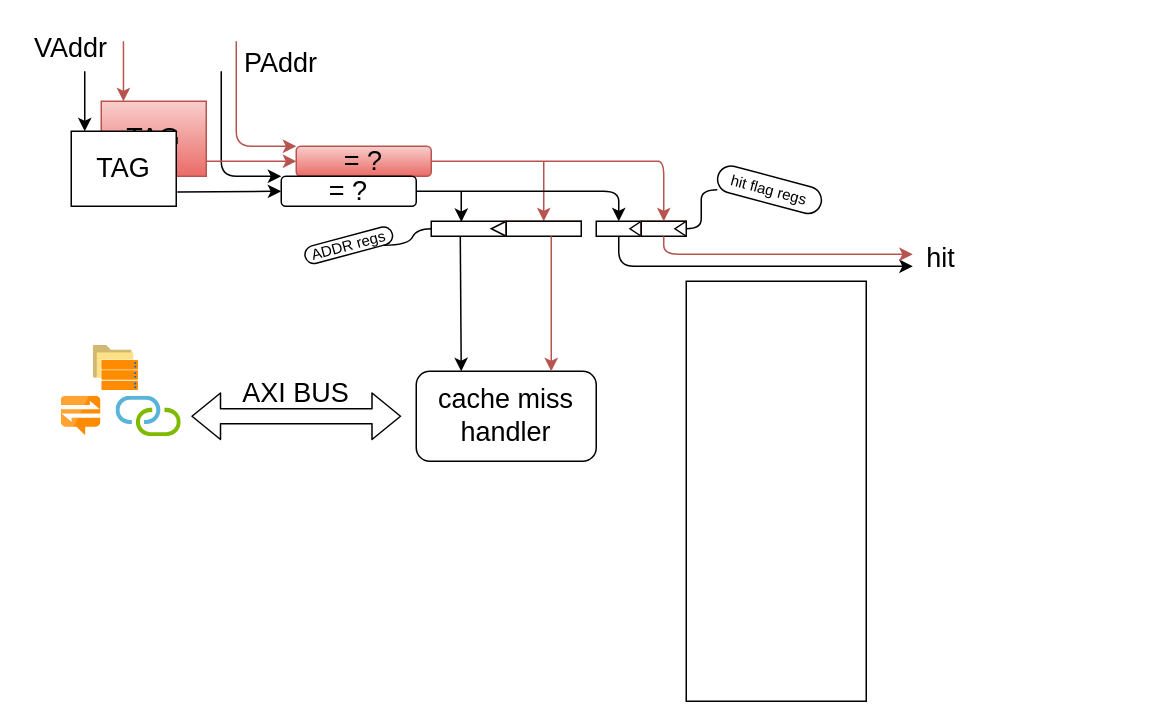
Above: pic/dcache.drawio in 0xtaruhi/AzureMIPS-doc (draw.io), before the change. Source tidied: cells renumbered, new cells numbered last; positions are measured from the earlier drawing's top-left corner, leaving out a move shared by most shapes. Both pictures are drawn from the tidied source at 150%, with x=0, y=0 at pixel (26, 26).
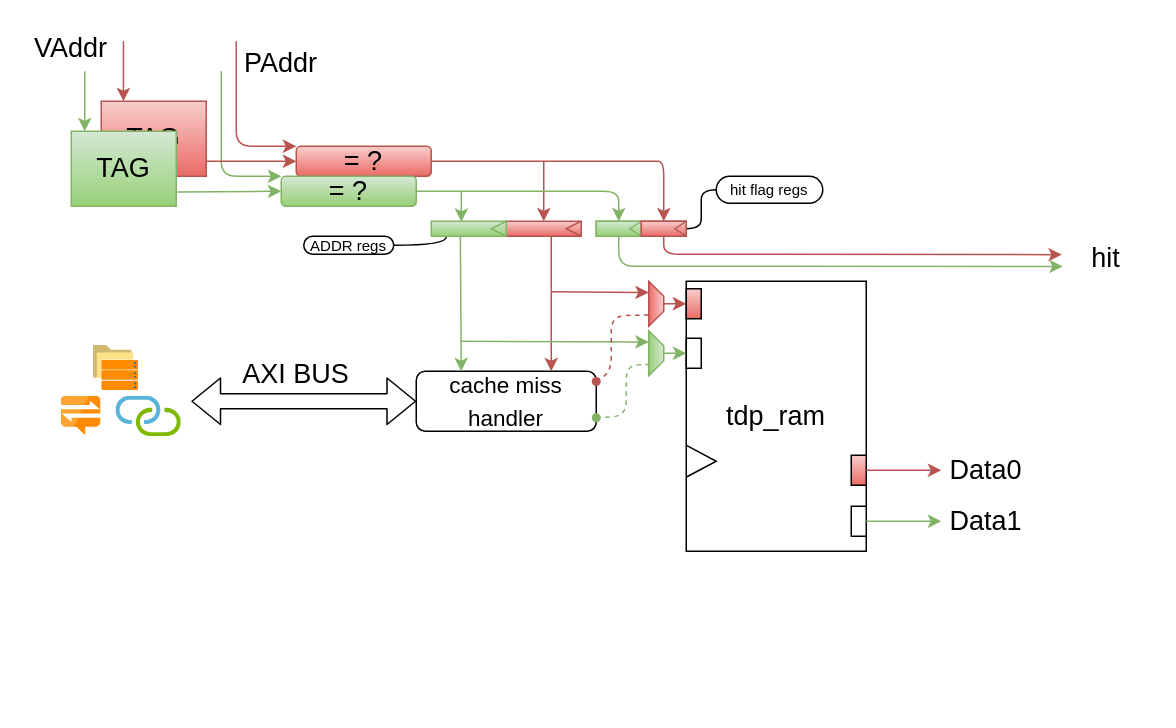
Above is the later version.

Unchanged cells that the change refers to:
```xml
<mxCell id="26" style="group;fillColor=#f8cecc;gradientColor=#ea6b66;strokeColor=#b85450;" parent="1" vertex="1">
  <mxGeometry x="410" y="130" width="30" height="10" as="geometry" />
</mxCell>
```

What changed in the source:
```diff
@@
+    <mxCell id="47" style="group;" parent="1" vertex="1">
+      <mxGeometry x="440" y="170" width="120" height="180" as="geometry" />
+    </mxCell>
+    <mxCell id="44" value="tdp_ram" style="rounded=0;whiteSpace=wrap;html=1;fontSize=18;strokeColor=default;" parent="47" vertex="1">
+      <mxGeometry width="120" height="180" as="geometry" />
+    </mxCell>
+    <mxCell id="48" style="endArrow=none;html=1;rounded=0;fontSize=18;entryX=-0.001;entryY=0.607;entryDx=0;entryDy=0;entryPerimeter=0;exitX=-0.001;exitY=0.726;exitDx=0;exitDy=0;exitPerimeter=0;" parent="47" edge="1" source="44" target="44">
+      <mxGeometry relative="1" as="geometry">
+        <Array as="points">
+          <mxPoint x="20" y="120" />
+        </Array>
+      </mxGeometry>
+    </mxCell>
+    <mxCell id="49" style="rounded=0;whiteSpace=wrap;html=1;fontSize=18;fillColor=#f8cecc;gradientColor=#ea6b66;strokeColor=default;" parent="47" vertex="1">
+      <mxGeometry x="110" y="116" width="10" height="20" as="geometry" />
+    </mxCell>
+    <mxCell id="50" style="rounded=0;whiteSpace=wrap;html=1;fontSize=18;" parent="47" vertex="1">
+      <mxGeometry x="110" y="150" width="10" height="20" as="geometry" />
+    </mxCell>
+    <mxCell id="36" style="endArrow=classic;html=1;fontSize=18;fillColor=#f8cecc;gradientColor=#ea6b66;strokeColor=#b85450;entryX=0.007;entryY=0.409;entryDx=0;entryDy=0;exitX=0.5;exitY=1;exitDx=0;exitDy=0;entryPerimeter=0;" parent="1" edge="1" source="27" target="37">
+      <mxGeometry relative="1" as="geometry">
+        <Array as="points">
+          <mxPoint x="425" y="152" />
+        </Array>
+      </mxGeometry>
+    </mxCell>
+    <mxCell id="51" style="endArrow=classic;html=1;rounded=1;fontSize=18;fillColor=#f8cecc;gradientColor=#ea6b66;strokeColor=#b85450;exitX=1;exitY=0.5;exitDx=0;exitDy=0;entryX=0;entryY=0.5;entryDx=0;entryDy=0;" parent="1" edge="1" source="49" target="66">
+      <mxGeometry relative="1" as="geometry" />
+    </mxCell>
-    <mxCell id="2" style="endArrow=classic;html=1;rounded=1;fontSize=18;entryX=0.5;entryY=0;entryDx=0;entryDy=0;fillColor=#f8cecc;gradientColor=#ea6b66;strokeColor=#b85450;" parent="1" edge="1" target="22">
+    <mxCell id="2" style="endArrow=classic;html=1;rounded=1;fontSize=18;entryX=0.5;entryY=0;entryDx=0;entryDy=0;fillColor=#f8cecc;gradientColor=#ea6b66;strokeColor=#b85450;" parent="1" edge="1">
       <mxGeometry relative="1" as="geometry">
         <mxPoint x="345" y="90" as="sourcePoint" />
+        <mxPoint x="345" y="130" as="targetPoint" />
       </mxGeometry>
     </mxCell>
@@
-    <mxCell id="4" value="&lt;span style=&quot;font-size: 18px&quot;&gt;TAG&lt;/span&gt;" style="rounded=0;whiteSpace=wrap;html=1;" parent="1" vertex="1">
+    <mxCell id="4" value="&lt;span style=&quot;font-size: 18px&quot;&gt;TAG&lt;/span&gt;" style="rounded=0;whiteSpace=wrap;html=1;fillColor=#d5e8d4;gradientColor=#97d077;strokeColor=#82b366;" parent="1" vertex="1">
       <mxGeometry x="30" y="70" width="70" height="50" as="geometry" />
     </mxCell>
-    <mxCell id="5" style="endArrow=classic;html=1;fontSize=18;" parent="1" edge="1">
+    <mxCell id="5" style="endArrow=classic;html=1;fontSize=18;fillColor=#d5e8d4;gradientColor=#97d077;strokeColor=#82b366;" parent="1" edge="1">
       <mxGeometry relative="1" as="geometry">
         <mxPoint x="39" y="30" as="sourcePoint" />
         <mxPoint x="39" y="70" as="targetPoint" />
       </mxGeometry>
     </mxCell>
@@
-    <mxCell id="8" style="endArrow=classic;html=1;fontSize=18;exitX=1.01;exitY=0.811;exitDx=0;exitDy=0;exitPerimeter=0;entryX=0;entryY=0.5;entryDx=0;entryDy=0;" parent="1" edge="1" source="4" target="15">
+    <mxCell id="8" style="endArrow=classic;html=1;fontSize=18;exitX=1.01;exitY=0.811;exitDx=0;exitDy=0;exitPerimeter=0;entryX=0;entryY=0.5;entryDx=0;entryDy=0;fillColor=#d5e8d4;gradientColor=#97d077;strokeColor=#82b366;" parent="1" edge="1" source="4" target="15">
       <mxGeometry relative="1" as="geometry" />
     </mxCell>
@@
-    <mxCell id="10" style="endArrow=classic;html=1;fontSize=18;entryX=0;entryY=0;entryDx=0;entryDy=0;" parent="1" edge="1" target="15">
+    <mxCell id="10" style="endArrow=classic;html=1;fontSize=18;entryX=0;entryY=0;entryDx=0;entryDy=0;fillColor=#d5e8d4;gradientColor=#97d077;strokeColor=#82b366;" parent="1" edge="1" target="15">
       <mxGeometry relative="1" as="geometry">
         <mxPoint x="130" y="30" as="sourcePoint" />
         <Array as="points">
           <mxPoint x="130" y="100" />
         </Array>
       </mxGeometry>
     </mxCell>
@@
-    <mxCell id="15" value="= ?" style="rounded=1;whiteSpace=wrap;html=1;fontSize=18;" parent="1" vertex="1">
+    <mxCell id="15" value="= ?" style="rounded=1;whiteSpace=wrap;html=1;fontSize=18;fillColor=#d5e8d4;gradientColor=#97d077;strokeColor=#82b366;" parent="1" vertex="1">
       <mxGeometry x="170" y="100" width="90" height="20" as="geometry" />
     </mxCell>
-    <mxCell id="16" style="endArrow=classic;html=1;fontSize=18;exitX=1;exitY=0.5;exitDx=0;exitDy=0;entryX=0.5;entryY=0;entryDx=0;entryDy=0;" parent="1" edge="1" source="15" target="24">
+    <mxCell id="16" style="endArrow=classic;html=1;fontSize=18;exitX=1;exitY=0.5;exitDx=0;exitDy=0;entryX=0.5;entryY=0;entryDx=0;entryDy=0;fillColor=#d5e8d4;gradientColor=#97d077;strokeColor=#82b366;" parent="1" edge="1" source="15" target="24">
       <mxGeometry relative="1" as="geometry">
         <Array as="points">
           <mxPoint x="395" y="110" />
         </Array>
       </mxGeometry>
     </mxCell>
-    <mxCell id="17" style="group;" parent="1" vertex="1">
-      <mxGeometry x="270" y="130" width="50" height="10" as="geometry" />
-    </mxCell>
-    <mxCell id="18" style="rounded=0;whiteSpace=wrap;html=1;fontSize=18;" parent="17" vertex="1">
-      <mxGeometry width="50" height="10" as="geometry" />
-    </mxCell>
-    <mxCell id="19" style="endArrow=none;html=1;fontSize=18;exitX=1;exitY=1;exitDx=0;exitDy=0;entryX=1;entryY=0;entryDx=0;entryDy=0;rounded=0;" parent="17" edge="1" source="18" target="18">
-      <mxGeometry relative="1" as="geometry">
-        <Array as="points">
-          <mxPoint x="40" y="5" />
-        </Array>
-      </mxGeometry>
-    </mxCell>
-    <mxCell id="20" style="group;fillColor=#f8cecc;gradientColor=#ea6b66;strokeColor=#b85450;" parent="1" vertex="1">
-      <mxGeometry x="320" y="130" width="50" height="10" as="geometry" />
-    </mxCell>
-    <mxCell id="21" style="endArrow=none;html=1;fontSize=18;exitX=1;exitY=1;exitDx=0;exitDy=0;entryX=1;entryY=0;entryDx=0;entryDy=0;rounded=0;" parent="20" edge="1" source="22" target="22">
-      <mxGeometry relative="1" as="geometry">
-        <Array as="points">
-          <mxPoint x="40" y="5" />
-        </Array>
-      </mxGeometry>
-    </mxCell>
-    <mxCell id="22" style="rounded=0;whiteSpace=wrap;html=1;fontSize=18;" parent="20" vertex="1">
-      <mxGeometry width="50" height="10" as="geometry" />
-    </mxCell>
-    <mxCell id="23" style="group;" parent="1" vertex="1">
+    <mxCell id="23" style="group;fillColor=#d5e8d4;gradientColor=#97d077;strokeColor=#82b366;" parent="1" vertex="1">
       <mxGeometry x="380" y="130" width="30" height="10" as="geometry" />
     </mxCell>
-    <mxCell id="24" style="rounded=0;whiteSpace=wrap;html=1;fontSize=18;" parent="23" vertex="1">
-      <mxGeometry width="30" height="10" as="geometry" />
-    </mxCell>
-    <mxCell id="25" style="endArrow=none;html=1;rounded=0;fontSize=10;entryX=1;entryY=0;entryDx=0;entryDy=0;exitX=1;exitY=1;exitDx=0;exitDy=0;" parent="23" edge="1" source="24" target="24">
-      <mxGeometry relative="1" as="geometry">
-        <Array as="points">
-          <mxPoint x="22.5" y="5" />
-        </Array>
-      </mxGeometry>
-    </mxCell>
@@
-    <mxCell id="27" style="rounded=0;whiteSpace=wrap;html=1;fontSize=18;" parent="26" vertex="1">
-      <mxGeometry width="30" height="10" as="geometry" />
-    </mxCell>
-    <mxCell id="28" style="endArrow=none;html=1;rounded=0;fontSize=10;entryX=1;entryY=0;entryDx=0;entryDy=0;exitX=1;exitY=1;exitDx=0;exitDy=0;" parent="26" edge="1" source="27" target="27">
-      <mxGeometry relative="1" as="geometry">
-        <Array as="points">
-          <mxPoint x="22.5" y="5" />
-        </Array>
-      </mxGeometry>
-    </mxCell>
@@
-    <mxCell id="30" style="endArrow=classic;html=1;rounded=0;fontSize=10;entryX=0.401;entryY=0.043;entryDx=0;entryDy=0;entryPerimeter=0;" parent="1" edge="1" target="18">
+    <mxCell id="30" style="endArrow=classic;html=1;rounded=0;fontSize=10;entryX=0.401;entryY=0.043;entryDx=0;entryDy=0;entryPerimeter=0;fillColor=#d5e8d4;gradientColor=#97d077;strokeColor=#82b366;" parent="1" edge="1">
       <mxGeometry relative="1" as="geometry">
         <mxPoint x="290" y="110" as="sourcePoint" />
+        <mxPoint x="290.1" y="130.4" as="targetPoint" />
       </mxGeometry>
     </mxCell>
-    <mxCell id="31" value="ADDR regs" style="whiteSpace=wrap;html=1;rounded=1;arcSize=50;align=center;verticalAlign=middle;strokeWidth=1;spacing=4;newEdgeStyle={&quot;edgeStyle&quot;:&quot;entityRelationEdgeStyle&quot;,&quot;startArrow&quot;:&quot;none&quot;,&quot;endArrow&quot;:&quot;none&quot;,&quot;segment&quot;:10,&quot;curved&quot;:1};fontSize=10;rotation=-15;" parent="1" vertex="1">
+    <mxCell id="31" value="ADDR regs" style="whiteSpace=wrap;html=1;rounded=1;arcSize=50;align=center;verticalAlign=middle;strokeWidth=1;spacing=4;newEdgeStyle={&quot;edgeStyle&quot;:&quot;entityRelationEdgeStyle&quot;,&quot;startArrow&quot;:&quot;none&quot;,&quot;endArrow&quot;:&quot;none&quot;,&quot;segment&quot;:10,&quot;curved&quot;:1};fontSize=10;rotation=0;" parent="1" vertex="1">
       <mxGeometry x="185" y="140" width="60" height="12" as="geometry" />
     </mxCell>
-    <mxCell id="32" style="edgeStyle=entityRelationEdgeStyle;startArrow=none;endArrow=none;segment=10;curved=1;rounded=0;fontSize=10;exitX=0;exitY=0.5;exitDx=0;exitDy=0;" parent="1" edge="1" source="18" target="31">
-      <mxGeometry relative="1" as="geometry" />
+    <mxCell id="32" style="edgeStyle=entityRelationEdgeStyle;startArrow=none;endArrow=none;segment=10;curved=1;rounded=0;fontSize=10;exitX=0;exitY=0.5;exitDx=0;exitDy=0;" parent="1" edge="1" target="31">
+      <mxGeometry relative="1" as="geometry">
+        <mxPoint x="270" y="135" as="sourcePoint" />
+      </mxGeometry>
     </mxCell>
-    <mxCell id="33" value="hit flag regs" style="whiteSpace=wrap;html=1;rounded=1;arcSize=50;align=center;verticalAlign=middle;strokeWidth=1;spacing=4;newEdgeStyle={&quot;edgeStyle&quot;:&quot;entityRelationEdgeStyle&quot;,&quot;startArrow&quot;:&quot;none&quot;,&quot;endArrow&quot;:&quot;none&quot;,&quot;segment&quot;:10,&quot;curved&quot;:1};fontSize=10;rotation=15;" parent="1" vertex="1">
+    <mxCell id="33" value="hit flag regs" style="whiteSpace=wrap;html=1;rounded=1;arcSize=50;align=center;verticalAlign=middle;strokeWidth=1;spacing=4;newEdgeStyle={&quot;edgeStyle&quot;:&quot;entityRelationEdgeStyle&quot;,&quot;startArrow&quot;:&quot;none&quot;,&quot;endArrow&quot;:&quot;none&quot;,&quot;segment&quot;:10,&quot;curved&quot;:1};fontSize=10;rotation=0;" parent="1" vertex="1">
       <mxGeometry x="460" y="100" width="71" height="18" as="geometry" />
     </mxCell>
@@
-    <mxCell id="35" style="endArrow=classic;html=1;rounded=1;fontSize=10;exitX=0.5;exitY=1;exitDx=0;exitDy=0;" parent="1" edge="1" source="24">
+    <mxCell id="35" style="endArrow=classic;html=1;rounded=1;fontSize=10;exitX=0.5;exitY=1;exitDx=0;exitDy=0;entryX=0.018;entryY=0.671;entryDx=0;entryDy=0;entryPerimeter=0;fillColor=#d5e8d4;gradientColor=#97d077;strokeColor=#82b366;" parent="1" edge="1" source="24" target="37">
       <mxGeometry relative="1" as="geometry">
-        <mxPoint x="591" y="160" as="targetPoint" />
         <Array as="points">
           <mxPoint x="395" y="160" />
         </Array>
       </mxGeometry>
     </mxCell>
-    <mxCell id="36" style="endArrow=classic;html=1;fontSize=18;fillColor=#f8cecc;gradientColor=#ea6b66;strokeColor=#b85450;entryX=0;entryY=0.5;entryDx=0;entryDy=0;exitX=0.5;exitY=1;exitDx=0;exitDy=0;" parent="1" edge="1" source="27">
-      <mxGeometry relative="1" as="geometry">
-        <mxPoint x="591" y="152" as="targetPoint" />
-        <Array as="points">
-          <mxPoint x="425" y="152" />
-        </Array>
-      </mxGeometry>
-    </mxCell>
     <mxCell id="37" value="&lt;font style=&quot;font-size: 18px&quot;&gt;hit&lt;/font&gt;" style="text;html=1;strokeColor=none;fillColor=none;align=center;verticalAlign=middle;whiteSpace=wrap;rounded=0;fontSize=10;" parent="1" vertex="1">
-      <mxGeometry x="580" y="140" width="60" height="30" as="geometry" />
+      <mxGeometry x="690" y="140" width="60" height="30" as="geometry" />
     </mxCell>
@@
-    <mxCell id="41" value="cache miss handler" style="rounded=1;whiteSpace=wrap;html=1;fontSize=18;" parent="1" vertex="1">
-      <mxGeometry x="260" y="230" width="120" height="60" as="geometry" />
+    <mxCell id="41" value="&lt;font style=&quot;font-size: 15px&quot;&gt;cache miss &lt;br&gt;handler&lt;/font&gt;" style="rounded=1;whiteSpace=wrap;html=1;fontSize=18;" parent="1" vertex="1">
+      <mxGeometry x="260" y="230" width="120" height="40" as="geometry" />
     </mxCell>
-    <mxCell id="42" style="endArrow=classic;html=1;rounded=1;fontSize=18;exitX=0.387;exitY=0.987;exitDx=0;exitDy=0;exitPerimeter=0;entryX=0.25;entryY=0;entryDx=0;entryDy=0;" parent="1" edge="1" source="18" target="41">
-      <mxGeometry relative="1" as="geometry" />
+    <mxCell id="42" style="endArrow=classic;html=1;rounded=1;fontSize=18;exitX=0.387;exitY=0.987;exitDx=0;exitDy=0;exitPerimeter=0;entryX=0.25;entryY=0;entryDx=0;entryDy=0;fillColor=#d5e8d4;gradientColor=#97d077;strokeColor=#82b366;" parent="1" edge="1" target="41">
+      <mxGeometry relative="1" as="geometry">
+        <mxPoint x="289.4" y="139.9" as="sourcePoint" />
+      </mxGeometry>
     </mxCell>
-    <mxCell id="43" style="endArrow=classic;html=1;rounded=1;fontSize=18;entryX=0.75;entryY=0;entryDx=0;entryDy=0;fillColor=#f8cecc;gradientColor=#ea6b66;strokeColor=#b85450;exitX=0.6;exitY=1;exitDx=0;exitDy=0;exitPerimeter=0;" parent="1" edge="1" source="22" target="41">
-      <mxGeometry relative="1" as="geometry" />
+    <mxCell id="43" style="endArrow=classic;html=1;rounded=1;fontSize=18;entryX=0.75;entryY=0;entryDx=0;entryDy=0;fillColor=#f8cecc;gradientColor=#ea6b66;strokeColor=#b85450;exitDx=0;exitDy=0;exitPerimeter=0;startArrow=none;" parent="1" edge="1" target="41">
+      <mxGeometry relative="1" as="geometry">
+        <mxPoint x="350" y="175" as="sourcePoint" />
+      </mxGeometry>
     </mxCell>
-    <mxCell id="44" style="rounded=0;whiteSpace=wrap;html=1;fontSize=18;" parent="1" vertex="1">
-      <mxGeometry x="440" y="170" width="120" height="280" as="geometry" />
-    </mxCell>
-    <mxCell id="45" style="shape=flexArrow;endArrow=classic;startArrow=classic;html=1;rounded=1;fontSize=18;" parent="1" edge="1">
+    <mxCell id="45" style="shape=flexArrow;endArrow=classic;startArrow=classic;html=1;rounded=1;fontSize=18;entryX=0;entryY=0.5;entryDx=0;entryDy=0;" parent="1" edge="1" target="41">
       <mxGeometry relative="1" as="geometry">
-        <mxPoint x="110" y="260" as="sourcePoint" />
-        <mxPoint x="250" y="260" as="targetPoint" />
+        <mxPoint x="110" y="250" as="sourcePoint" />
       </mxGeometry>
     </mxCell>
     <mxCell id="46" value="AXI BUS" style="text;html=1;strokeColor=none;fillColor=none;align=center;verticalAlign=middle;whiteSpace=wrap;rounded=0;fontSize=18;" parent="1" vertex="1">
-      <mxGeometry x="140" y="230" width="80" height="30" as="geometry" />
+      <mxGeometry x="140" y="216.8" width="80" height="30" as="geometry" />
     </mxCell>
+    <mxCell id="52" style="shape=trapezoid;perimeter=trapezoidPerimeter;whiteSpace=wrap;html=1;fixedSize=1;fontSize=18;size=10;rotation=90;fillColor=#f8cecc;gradientColor=#ea6b66;strokeColor=#b85450;" parent="1" vertex="1">
+      <mxGeometry x="405" y="180" width="30" height="10" as="geometry" />
+    </mxCell>
+    <mxCell id="53" style="shape=trapezoid;perimeter=trapezoidPerimeter;whiteSpace=wrap;html=1;fixedSize=1;fontSize=18;size=10;rotation=90;fillColor=#d5e8d4;gradientColor=#97d077;strokeColor=#82b366;" parent="1" vertex="1">
+      <mxGeometry x="405" y="213" width="30" height="10" as="geometry" />
+    </mxCell>
+    <mxCell id="54" style="rounded=0;whiteSpace=wrap;html=1;fontSize=18;fillColor=#f8cecc;gradientColor=#ea6b66;strokeColor=default;" parent="1" vertex="1">
+      <mxGeometry x="440" y="175" width="10" height="20" as="geometry" />
+    </mxCell>
+    <mxCell id="55" style="rounded=0;whiteSpace=wrap;html=1;fontSize=18;" parent="1" vertex="1">
+      <mxGeometry x="440" y="208" width="10" height="20" as="geometry" />
+    </mxCell>
+    <mxCell id="56" style="endArrow=classic;html=1;rounded=1;fontSize=18;entryX=0.25;entryY=1;entryDx=0;entryDy=0;fillColor=#d5e8d4;gradientColor=#97d077;strokeColor=#82b366;" parent="1" edge="1" target="53">
+      <mxGeometry relative="1" as="geometry">
+        <mxPoint x="290" y="210" as="sourcePoint" />
+      </mxGeometry>
+    </mxCell>
+    <mxCell id="57" style="endArrow=classic;html=1;rounded=1;fontSize=18;entryX=0.25;entryY=1;entryDx=0;entryDy=0;fillColor=#f8cecc;gradientColor=#ea6b66;strokeColor=#b85450;" parent="1" edge="1" target="52">
+      <mxGeometry relative="1" as="geometry">
+        <mxPoint x="350" y="177" as="sourcePoint" />
+      </mxGeometry>
+    </mxCell>
+    <mxCell id="58" style="endArrow=none;html=1;rounded=1;fontSize=18;fillColor=#f8cecc;gradientColor=#ea6b66;strokeColor=#b85450;exitX=0.6;exitY=1;exitDx=0;exitDy=0;exitPerimeter=0;" parent="1" edge="1">
+      <mxGeometry relative="1" as="geometry">
+        <mxPoint x="350" y="140" as="sourcePoint" />
+        <mxPoint x="350" y="175" as="targetPoint" />
+      </mxGeometry>
+    </mxCell>
+    <mxCell id="59" style="endArrow=none;dashed=1;html=1;rounded=1;fontSize=18;entryX=0.75;entryY=1;entryDx=0;entryDy=0;fillColor=#f8cecc;gradientColor=#ea6b66;strokeColor=#b85450;" parent="1" edge="1" source="60" target="52">
+      <mxGeometry relative="1" as="geometry">
+        <Array as="points">
+          <mxPoint x="390" y="230" />
+          <mxPoint x="390" y="193" />
+        </Array>
+      </mxGeometry>
+    </mxCell>
+    <mxCell id="60" style="shape=waypoint;sketch=0;fillStyle=solid;size=6;points=[];fillColor=#f8cecc;perimeter=centerPerimeter;snapToPoint=1;fontSize=18;strokeColor=#b85450;gradientColor=#ea6b66;" parent="1" vertex="1">
+      <mxGeometry x="360" y="216.8" width="40" height="40" as="geometry" />
+    </mxCell>
+    <mxCell id="61" style="shape=waypoint;sketch=0;fillStyle=solid;size=6;points=[];perimeter=centerPerimeter;snapToPoint=1;fontSize=18;fillColor=#d5e8d4;gradientColor=#97d077;strokeColor=#82b366;" parent="1" vertex="1">
+      <mxGeometry x="360" y="241" width="40" height="40" as="geometry" />
+    </mxCell>
+    <mxCell id="62" style="endArrow=none;dashed=1;html=1;rounded=1;fontSize=18;entryX=0.75;entryY=1;entryDx=0;entryDy=0;fillColor=#d5e8d4;gradientColor=#97d077;strokeColor=#82b366;" parent="1" edge="1" source="61" target="53">
+      <mxGeometry relative="1" as="geometry">
+        <Array as="points">
+          <mxPoint x="400" y="260" />
+          <mxPoint x="400" y="226" />
+        </Array>
+      </mxGeometry>
+    </mxCell>
+    <mxCell id="63" style="endArrow=classic;html=1;rounded=1;fontSize=18;exitX=0.5;exitY=0;exitDx=0;exitDy=0;entryX=0;entryY=0.5;entryDx=0;entryDy=0;fillColor=#d5e8d4;gradientColor=#97d077;strokeColor=#82b366;" parent="1" edge="1" source="53" target="55">
+      <mxGeometry relative="1" as="geometry" />
+    </mxCell>
+    <mxCell id="64" style="endArrow=classic;html=1;rounded=1;fontSize=18;fillColor=#f8cecc;gradientColor=#ea6b66;strokeColor=#b85450;exitX=0.5;exitY=0;exitDx=0;exitDy=0;" parent="1" edge="1" source="52" target="54">
+      <mxGeometry relative="1" as="geometry" />
+    </mxCell>
+    <mxCell id="65" style="endArrow=classic;html=1;rounded=1;fontSize=18;exitX=1;exitY=0.5;exitDx=0;exitDy=0;entryX=0;entryY=0.5;entryDx=0;entryDy=0;fillColor=#d5e8d4;gradientColor=#97d077;strokeColor=#82b366;" parent="1" edge="1" source="50" target="67">
+      <mxGeometry relative="1" as="geometry" />
+    </mxCell>
+    <mxCell id="66" value="Data0" style="text;html=1;strokeColor=none;fillColor=none;align=center;verticalAlign=middle;whiteSpace=wrap;rounded=0;fontSize=18;" parent="1" vertex="1">
+      <mxGeometry x="610" y="281" width="60" height="30" as="geometry" />
+    </mxCell>
+    <mxCell id="67" value="Data1" style="text;html=1;strokeColor=none;fillColor=none;align=center;verticalAlign=middle;whiteSpace=wrap;rounded=0;fontSize=18;" parent="1" vertex="1">
+      <mxGeometry x="610" y="315" width="60" height="30" as="geometry" />
+    </mxCell>
+    <mxCell id="68" style="rounded=0;whiteSpace=wrap;html=1;fontSize=18;strokeColor=#b85450;fillColor=#f8cecc;gradientColor=#ea6b66;" parent="1" vertex="1">
+      <mxGeometry x="320" y="130" width="50" height="10" as="geometry" />
+    </mxCell>
+    <mxCell id="69" style="rounded=0;whiteSpace=wrap;html=1;fontSize=18;strokeColor=#82b366;fillColor=#d5e8d4;gradientColor=#97d077;" parent="1" vertex="1">
+      <mxGeometry x="270" y="130" width="50" height="10" as="geometry" />
+    </mxCell>
+    <mxCell id="70" style="endArrow=none;html=1;rounded=0;fontSize=18;entryX=1;entryY=0;entryDx=0;entryDy=0;exitX=1;exitY=1;exitDx=0;exitDy=0;fillColor=#d5e8d4;gradientColor=#97d077;strokeColor=#82b366;" parent="1" edge="1" source="69" target="69">
+      <mxGeometry relative="1" as="geometry">
+        <Array as="points">
+          <mxPoint x="310" y="135" />
+        </Array>
+      </mxGeometry>
+    </mxCell>
+    <mxCell id="71" style="endArrow=none;html=1;rounded=0;fontSize=18;entryX=1;entryY=0;entryDx=0;entryDy=0;exitX=1;exitY=1;exitDx=0;exitDy=0;fillColor=#f8cecc;gradientColor=#ea6b66;strokeColor=#b85450;" parent="1" edge="1">
+      <mxGeometry relative="1" as="geometry">
+        <mxPoint x="370" y="140" as="sourcePoint" />
+        <mxPoint x="370" y="130" as="targetPoint" />
+        <Array as="points">
+          <mxPoint x="360" y="135" />
+        </Array>
+      </mxGeometry>
+    </mxCell>
+    <mxCell id="24" style="rounded=0;whiteSpace=wrap;html=1;fontSize=18;fillColor=#d5e8d4;gradientColor=#97d077;strokeColor=#82b366;" parent="1" vertex="1">
+      <mxGeometry x="380" y="130" width="30" height="10" as="geometry" />
+    </mxCell>
+    <mxCell id="25" style="endArrow=none;html=1;rounded=0;fontSize=10;entryX=1;entryY=0;entryDx=0;entryDy=0;exitX=1;exitY=1;exitDx=0;exitDy=0;fillColor=#d5e8d4;gradientColor=#97d077;strokeColor=#82b366;" parent="1" edge="1" source="24" target="24">
+      <mxGeometry relative="1" as="geometry">
+        <Array as="points">
+          <mxPoint x="402.5" y="135" />
+        </Array>
+      </mxGeometry>
+    </mxCell>
+    <mxCell id="27" style="rounded=0;whiteSpace=wrap;html=1;fontSize=18;fillColor=#f8cecc;gradientColor=#ea6b66;strokeColor=#b85450;" parent="1" vertex="1">
+      <mxGeometry x="410" y="130" width="30" height="10" as="geometry" />
+    </mxCell>
+    <mxCell id="28" style="endArrow=none;html=1;rounded=0;fontSize=10;entryX=1;entryY=0;entryDx=0;entryDy=0;exitX=1;exitY=1;exitDx=0;exitDy=0;fillColor=#f8cecc;gradientColor=#ea6b66;strokeColor=#b85450;" parent="1" edge="1" source="27" target="27">
+      <mxGeometry relative="1" as="geometry">
+        <Array as="points">
+          <mxPoint x="432.5" y="135" />
+        </Array>
+      </mxGeometry>
+    </mxCell>
```
